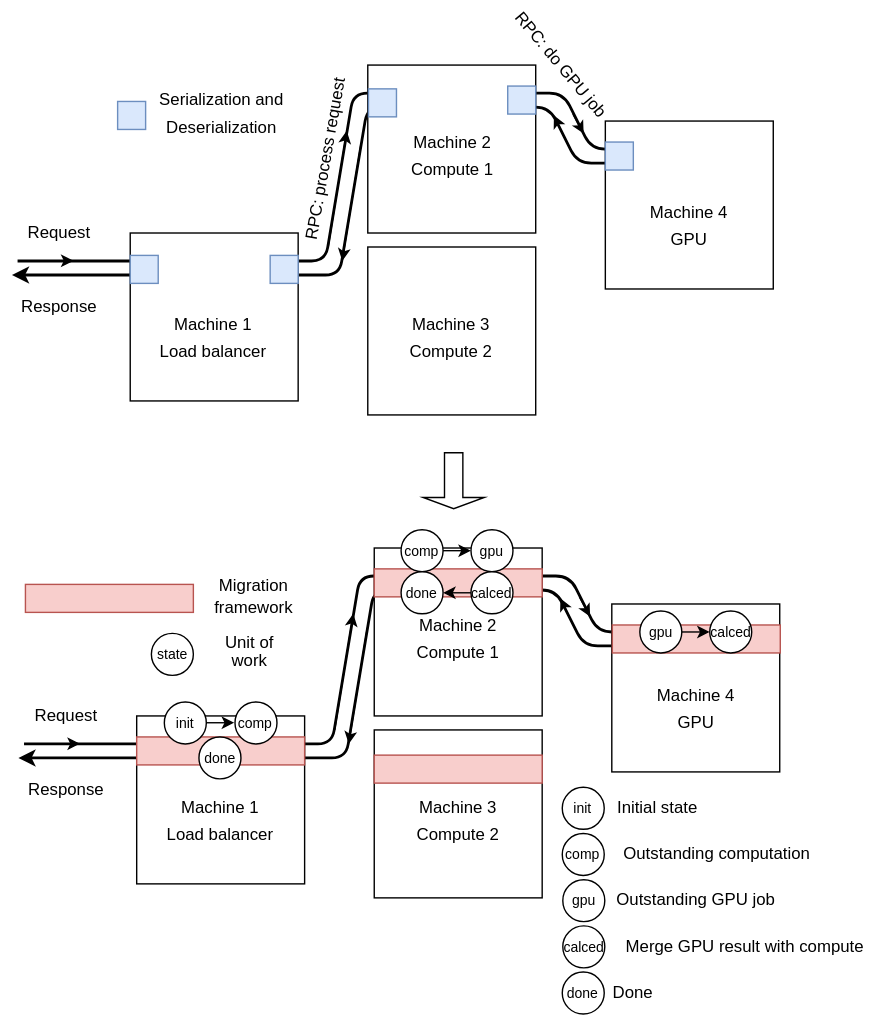
farnasirim/slope keeps this draw.io diagram as doc/migration-transport.drawio.svg. Above is the earlier version. Source tidied: cells renumbered, new cells last; positions are measured from the earlier drawing's top-left corner, leaving out a move shared by most shapes.
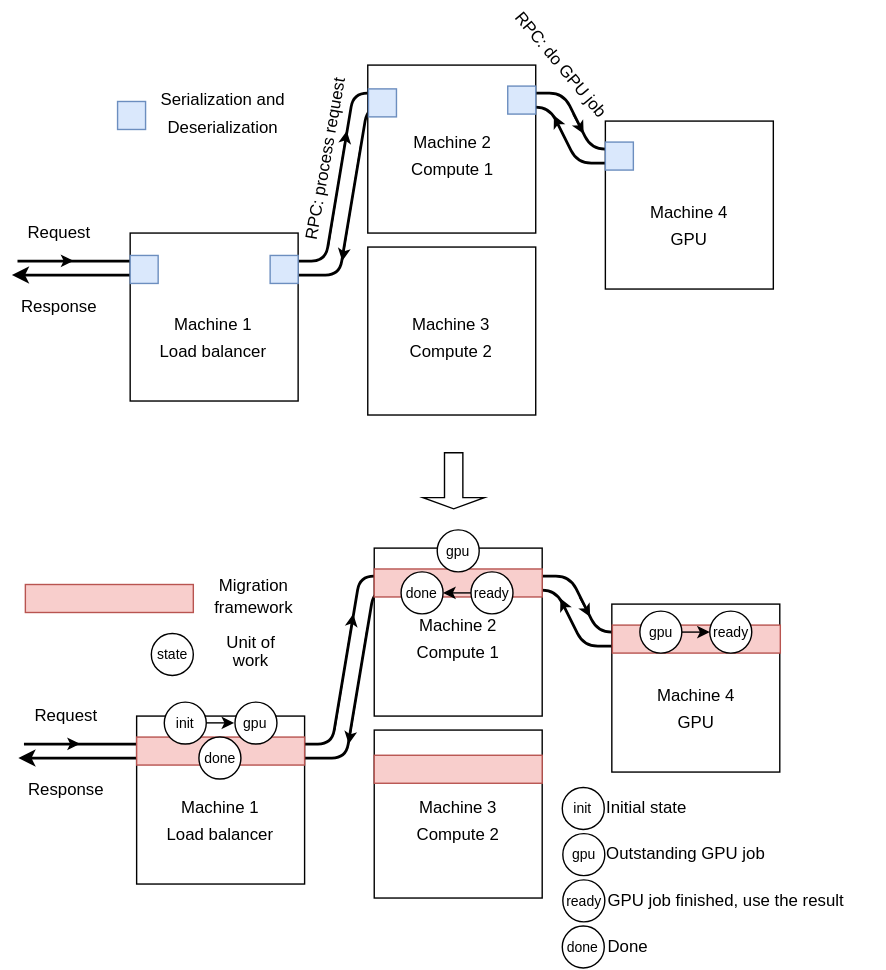
The same file after the commit.

Commit message:
Update application types in computation model

Diff of the diagram source:
```diff
@@ -260,16 +260,10 @@
     <mxCell id="67" value="state" style="ellipse;whiteSpace=wrap;html=1;fontSize=10;" parent="1" vertex="1">
       <mxGeometry x="105.6" y="416.1" width="30" height="30" as="geometry" />
     </mxCell>
-    <mxCell id="68" value="comp" style="ellipse;whiteSpace=wrap;html=1;fontSize=10;rotation=0;" parent="1" vertex="1">
-      <mxGeometry x="284.1" y="342" width="30" height="30" as="geometry" />
-    </mxCell>
     <mxCell id="69" value="gpu" style="ellipse;whiteSpace=wrap;html=1;fontSize=10;rotation=0;" parent="1" vertex="1">
-      <mxGeometry x="334" y="342" width="30" height="30" as="geometry" />
+      <mxGeometry x="309.9" y="342.1" width="30" height="30" as="geometry" />
     </mxCell>
-    <mxCell id="70" style="endArrow=classic;html=1;strokeWidth=1;fontSize=8;exitX=1;exitY=0.5;exitDx=0;exitDy=0;entryX=0;entryY=0.5;entryDx=0;entryDy=0;" parent="1" edge="1" source="68" target="69">
-      <mxGeometry relative="1" as="geometry" />
-    </mxCell>
-    <mxCell id="71" value="comp" style="ellipse;whiteSpace=wrap;html=1;fontSize=10;rotation=0;" parent="1" vertex="1">
+    <mxCell id="71" value="gpu" style="ellipse;whiteSpace=wrap;html=1;fontSize=10;rotation=0;" parent="1" vertex="1">
       <mxGeometry x="165.4" y="465.1" width="30" height="30" as="geometry" />
     </mxCell>
     <mxCell id="72" style="endArrow=classic;html=1;strokeWidth=1;fontSize=8;exitX=1;exitY=0.5;exitDx=0;exitDy=0;entryX=0;entryY=0.5;entryDx=0;entryDy=0;" parent="1" edge="1">
@@ -281,7 +275,7 @@
     <mxCell id="73" value="gpu" style="ellipse;whiteSpace=wrap;html=1;fontSize=10;rotation=0;" parent="1" vertex="1">
       <mxGeometry x="454.6" y="400.1" width="30" height="30" as="geometry" />
     </mxCell>
-    <mxCell id="74" value="calced" style="ellipse;whiteSpace=wrap;html=1;fontSize=10;rotation=0;" parent="1" vertex="1">
+    <mxCell id="74" value="ready" style="ellipse;whiteSpace=wrap;html=1;fontSize=10;rotation=0;" parent="1" vertex="1">
       <mxGeometry x="504.6" y="400.1" width="30" height="30" as="geometry" />
     </mxCell>
     <mxCell id="75" style="endArrow=classic;html=1;strokeWidth=1;fontSize=8;exitX=1;exitY=0.5;exitDx=0;exitDy=0;entryX=0;entryY=0.5;entryDx=0;entryDy=0;" parent="1" edge="1" source="73" target="74">
@@ -290,7 +284,7 @@
     <mxCell id="76" value="done" style="ellipse;whiteSpace=wrap;html=1;fontSize=10;rotation=0;" parent="1" vertex="1">
       <mxGeometry x="284.1" y="372.1" width="30" height="30" as="geometry" />
     </mxCell>
-    <mxCell id="77" value="calced" style="ellipse;whiteSpace=wrap;html=1;fontSize=10;rotation=0;" parent="1" vertex="1">
+    <mxCell id="77" value="ready" style="ellipse;whiteSpace=wrap;html=1;fontSize=10;rotation=0;" parent="1" vertex="1">
       <mxGeometry x="334" y="372.1" width="30" height="30" as="geometry" />
     </mxCell>
     <mxCell id="78" style="endArrow=classic;html=1;strokeWidth=1;fontSize=8;exitX=0;exitY=0.5;exitDx=0;exitDy=0;entryX=1;entryY=0.5;entryDx=0;entryDy=0;" parent="1" edge="1" source="77" target="76">
@@ -299,35 +293,29 @@
     <mxCell id="79" value="done" style="ellipse;whiteSpace=wrap;html=1;fontSize=10;rotation=0;" parent="1" vertex="1">
       <mxGeometry x="139.6" y="490.1" width="30" height="30" as="geometry" />
     </mxCell>
-    <mxCell id="80" value="Initial state" style="text;html=1;strokeColor=none;fillColor=none;align=center;verticalAlign=middle;whiteSpace=wrap;rounded=0;" parent="1" vertex="1">
-      <mxGeometry x="429.7" y="531.1" width="74.9" height="20" as="geometry" />
+    <mxCell id="80" value="Initial state" style="text;html=1;strokeColor=none;fillColor=none;align=left;verticalAlign=middle;whiteSpace=wrap;rounded=0;" parent="1" vertex="1">
+      <mxGeometry x="428.7" y="531.1" width="74.9" height="20" as="geometry" />
     </mxCell>
     <mxCell id="81" value="init" style="ellipse;whiteSpace=wrap;html=1;fontSize=10;" parent="1" vertex="1">
       <mxGeometry x="399.2" y="526.1" width="30" height="30" as="geometry" />
     </mxCell>
-    <mxCell id="82" value="Outstanding computation" style="text;html=1;strokeColor=none;fillColor=none;align=center;verticalAlign=middle;whiteSpace=wrap;rounded=0;" parent="1" vertex="1">
-      <mxGeometry x="429.7" y="564.1" width="160.3" height="20" as="geometry" />
-    </mxCell>
-    <mxCell id="83" value="comp" style="ellipse;whiteSpace=wrap;html=1;fontSize=10;" parent="1" vertex="1">
-      <mxGeometry x="399.2" y="559.1" width="30" height="30" as="geometry" />
-    </mxCell>
-    <mxCell id="84" value="Outstanding GPU job" style="text;html=1;strokeColor=none;fillColor=none;align=center;verticalAlign=middle;whiteSpace=wrap;rounded=0;" parent="1" vertex="1">
-      <mxGeometry x="430.1" y="597.1" width="129.9" height="20" as="geometry" />
+    <mxCell id="84" value="Outstanding GPU job" style="text;html=1;strokeColor=none;fillColor=none;align=left;verticalAlign=middle;whiteSpace=wrap;rounded=0;" parent="1" vertex="1">
+      <mxGeometry x="429.1" y="564.1" width="129.9" height="20" as="geometry" />
     </mxCell>
     <mxCell id="85" value="gpu" style="ellipse;whiteSpace=wrap;html=1;fontSize=10;" parent="1" vertex="1">
-      <mxGeometry x="399.6" y="592.1" width="30" height="30" as="geometry" />
+      <mxGeometry x="399.6" y="559.1" width="30" height="30" as="geometry" />
     </mxCell>
-    <mxCell id="86" value="Merge GPU result with compute" style="text;html=1;strokeColor=none;fillColor=none;align=center;verticalAlign=middle;whiteSpace=wrap;rounded=0;" parent="1" vertex="1">
-      <mxGeometry x="430.1" y="630.1" width="199.9" height="20" as="geometry" />
+    <mxCell id="86" value="GPU job finished, use the result" style="text;html=1;strokeColor=none;fillColor=none;align=left;verticalAlign=middle;whiteSpace=wrap;rounded=0;" parent="1" vertex="1">
+      <mxGeometry x="430.1" y="597.1" width="199.9" height="20" as="geometry" />
     </mxCell>
-    <mxCell id="87" value="calced" style="ellipse;whiteSpace=wrap;html=1;fontSize=10;" parent="1" vertex="1">
-      <mxGeometry x="399.6" y="625.1" width="30" height="30" as="geometry" />
+    <mxCell id="87" value="ready" style="ellipse;whiteSpace=wrap;html=1;fontSize=10;" parent="1" vertex="1">
+      <mxGeometry x="399.6" y="592.1" width="30" height="30" as="geometry" />
     </mxCell>
-    <mxCell id="88" value="Done" style="text;html=1;strokeColor=none;fillColor=none;align=center;verticalAlign=middle;whiteSpace=wrap;rounded=0;" parent="1" vertex="1">
-      <mxGeometry x="429.7" y="663.1" width="40.3" height="20" as="geometry" />
+    <mxCell id="88" value="Done" style="text;html=1;strokeColor=none;fillColor=none;align=left;verticalAlign=middle;whiteSpace=wrap;rounded=0;" parent="1" vertex="1">
+      <mxGeometry x="429.7" y="630.1" width="40.3" height="20" as="geometry" />
     </mxCell>
     <mxCell id="89" value="done" style="ellipse;whiteSpace=wrap;html=1;fontSize=10;" parent="1" vertex="1">
-      <mxGeometry x="399.2" y="658.1" width="30" height="30" as="geometry" />
+      <mxGeometry x="399.2" y="625.1" width="30" height="30" as="geometry" />
     </mxCell>
   </root>
 </mxGraphModel>
```
